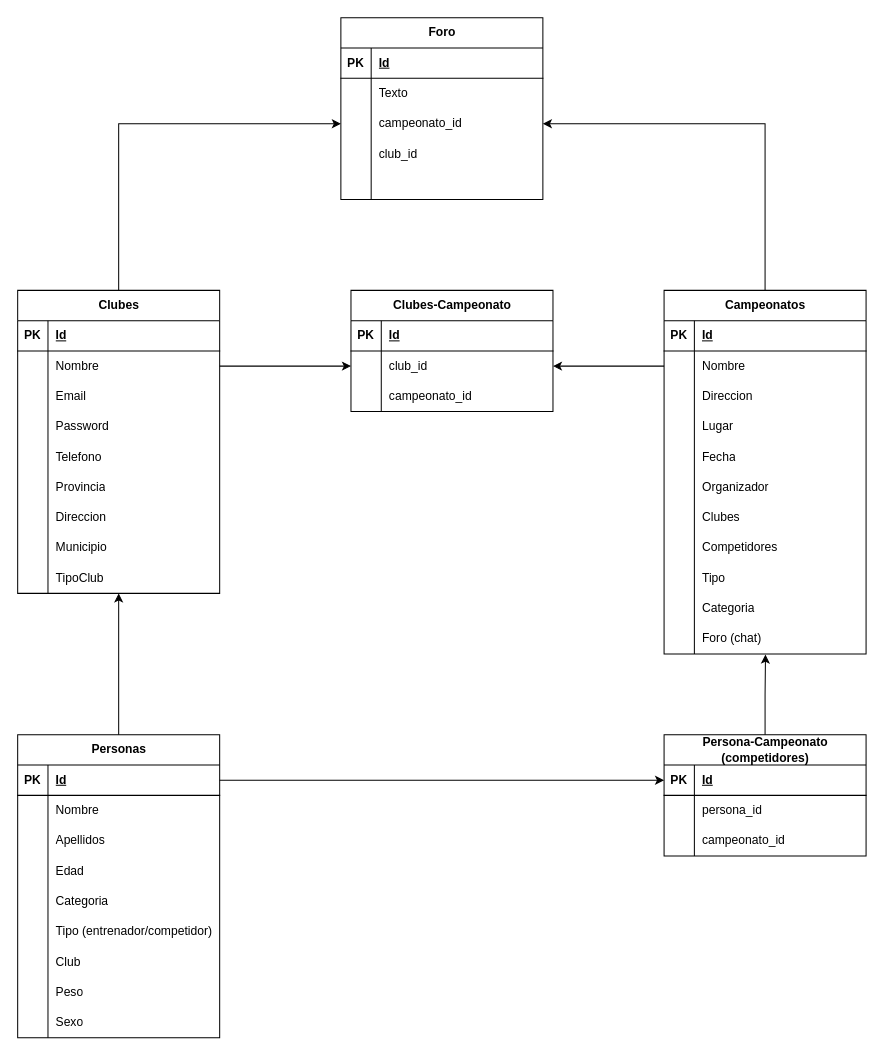
IvanSoriano19/tkdata-react-mui keeps this draw.io diagram as Diagrama sin título.drawio. Above is the earlier version. Source tidied: cells renumbered, new cells numbered last; positions are measured from the earlier drawing's top-left corner, leaving out a move shared by most shapes. Both pictures are drawn from the tidied source at 101%, with x=0, y=0 at pixel (17, 17).
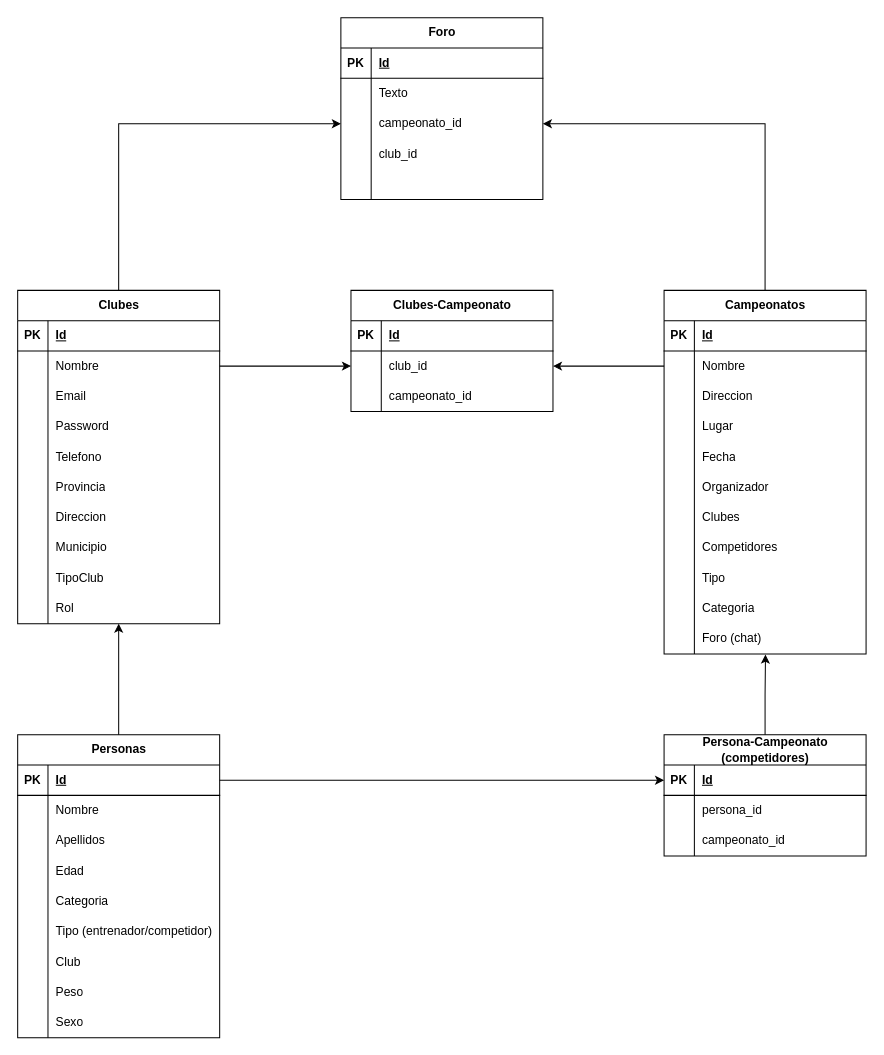
After the change.

Unchanged cells that the change refers to:
```xml
<mxCell id="28" style="shape=tableRow;horizontal=0;startSize=0;swimlaneHead=0;swimlaneBody=0;fillColor=none;points=[[0,0.5],[1,0.5]];portConstraint=eastwest;top=0;left=0;right=0;bottom=0;" parent="3" vertex="1">
  <mxGeometry y="270" width="200" height="30" as="geometry" />
</mxCell>
<mxCell id="66" value="Personas" style="shape=table;startSize=30;childLayout=tableLayout;rowLines=0;fontStyle=1;align=center;html=1;" parent="1" vertex="1">
  <mxGeometry y="710" width="200" height="300" as="geometry" />
</mxCell>
```

What changed in the source:
```diff
@@
     <mxCell id="3" value="Clubes" style="shape=table;startSize=30;childLayout=tableLayout;rowLines=0;fontStyle=1;align=center;html=1;" parent="1" vertex="1">
-      <mxGeometry y="270" width="200" height="300" as="geometry" />
+      <mxGeometry y="270" width="200" height="330" as="geometry" />
     </mxCell>
@@
+    <mxCell id="135" style="shape=tableRow;horizontal=0;startSize=0;swimlaneHead=0;swimlaneBody=0;fillColor=none;top=0;left=0;right=0;bottom=0;" parent="3" vertex="1">
+      <mxGeometry y="300" width="200" height="30" as="geometry" />
+    </mxCell>
+    <mxCell id="136" style="shape=partialRectangle;fillColor=none;top=0;left=0;bottom=0;right=0;overflow=hidden;whiteSpace=wrap;html=1;" parent="135" vertex="1">
+      <mxGeometry width="30" height="30" as="geometry" />
+    </mxCell>
+    <mxCell id="137" value="Rol" style="shape=partialRectangle;fillColor=none;top=0;left=0;bottom=0;right=0;align=left;spacingLeft=6;overflow=hidden;whiteSpace=wrap;html=1;" parent="135" vertex="1">
+      <mxGeometry x="30" width="170" height="30" as="geometry" />
+    </mxCell>
@@
-    <mxCell id="134" style="edgeStyle=orthogonalEdgeStyle;rounded=0;jettySize=auto;html=1;exitX=0.5;exitY=0;exitDx=0;exitDy=0;entryX=0.5;entryY=1.002;entryDx=0;entryDy=0;entryPerimeter=0;" parent="1" edge="1" source="66" target="28">
-      <mxGeometry relative="1" as="geometry" />
+    <mxCell id="134" style="edgeStyle=orthogonalEdgeStyle;rounded=0;jettySize=auto;html=1;exitX=0.5;exitY=0;exitDx=0;exitDy=0;" parent="1" edge="1" source="66">
+      <mxGeometry relative="1" as="geometry">
+        <mxPoint x="100" y="600" as="targetPoint" />
+      </mxGeometry>
     </mxCell>
```
